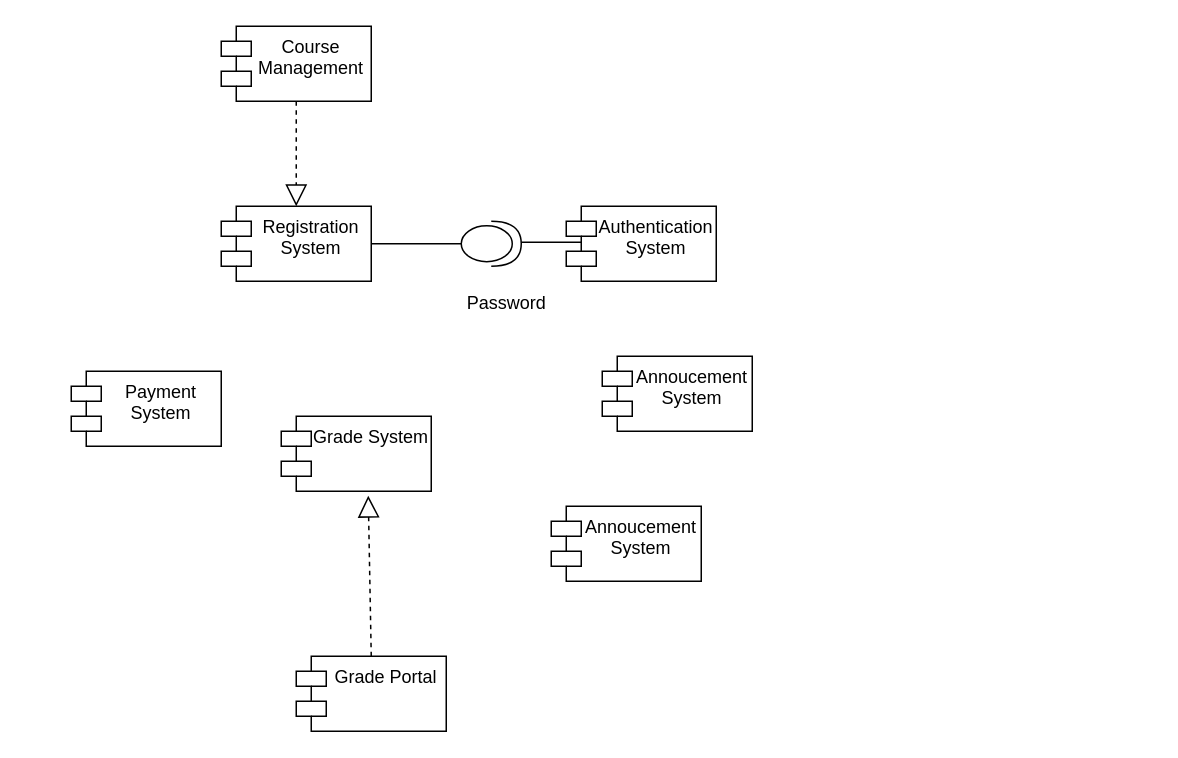
Earlier version of the draw.io diagram Untitled Diagram.drawio (TsiOnshime/diagrams). Source tidied: cells renumbered, new cells numbered last; positions are measured from the earlier drawing's top-left corner, leaving out a move shared by most shapes. Both pictures are drawn from the tidied source at 150%, with x=0, y=0 at pixel (70, 26).
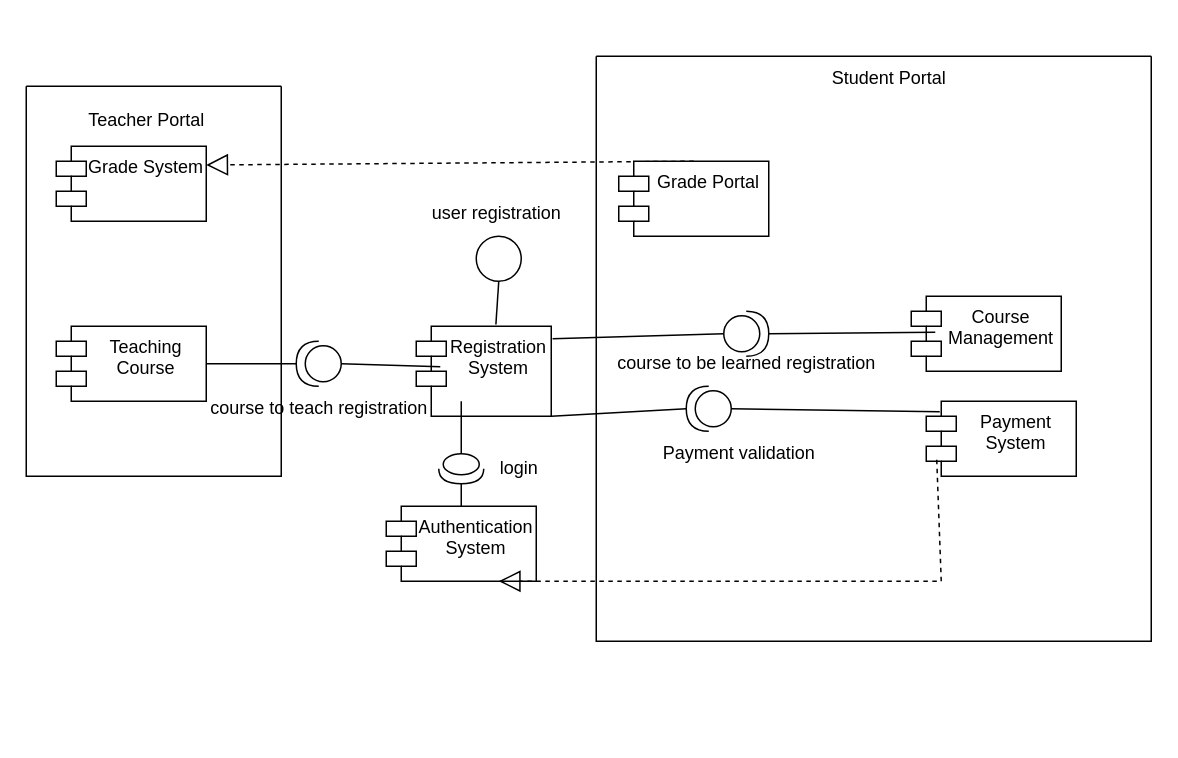
The same diagram, later.

Change to the diagram source:
```diff
@@
+    <mxCell id="13" style="endArrow=block;dashed=1;endFill=0;endSize=12;html=1;rounded=0;entryX=1;entryY=0.25;entryDx=0;entryDy=0;exitX=0.5;exitY=0;exitDx=0;exitDy=0;" parent="1" edge="1" source="8" target="6">
+      <mxGeometry relative="1" as="geometry" />
+    </mxCell>
+    <mxCell id="16" style="endArrow=none;html=1;rounded=0;entryX=1;entryY=1;entryDx=0;entryDy=0;exitX=1;exitY=0.5;exitDx=0;exitDy=0;exitPerimeter=0;" parent="1" edge="1" source="24" target="2">
+      <mxGeometry relative="1" as="geometry" />
+    </mxCell>
+    <mxCell id="17" style="ellipse;whiteSpace=wrap;html=1;" parent="1" vertex="1">
+      <mxGeometry x="270" y="140" width="30" height="30" as="geometry" />
+    </mxCell>
+    <mxCell id="18" style="endArrow=none;html=1;rounded=0;entryX=0.59;entryY=-0.02;entryDx=0;entryDy=0;entryPerimeter=0;exitX=0.5;exitY=1;exitDx=0;exitDy=0;" parent="1" edge="1" source="17" target="2">
+      <mxGeometry relative="1" as="geometry" />
+    </mxCell>
+    <mxCell id="19" value="user registration&amp;nbsp;" style="text;html=1;align=center;verticalAlign=middle;strokeColor=none;fillColor=none;" parent="1" vertex="1">
+      <mxGeometry x="230" y="110" width="110" height="30" as="geometry" />
+    </mxCell>
+    <mxCell id="20" style="swimlane;startSize=0;" parent="1" vertex="1">
+      <mxGeometry x="350" y="20" width="370" height="390" as="geometry" />
+    </mxCell>
+    <mxCell id="14" value="Course Management" style="shape=module;align=left;spacingLeft=20;align=center;verticalAlign=top;whiteSpace=wrap;html=1;" parent="20" vertex="1">
+      <mxGeometry x="210" y="160" width="100" height="50" as="geometry" />
+    </mxCell>
+    <mxCell id="21" style="shape=providedRequiredInterface;html=1;verticalLabelPosition=bottom;sketch=0;rotation=0;" parent="20" vertex="1">
+      <mxGeometry x="85" y="170" width="30" height="30" as="geometry" />
+    </mxCell>
+    <mxCell id="22" value="Student Portal" style="text;html=1;align=center;verticalAlign=middle;strokeColor=none;fillColor=none;" parent="20" vertex="1">
+      <mxGeometry x="145" width="100" height="30" as="geometry" />
+    </mxCell>
+    <mxCell id="23" value="course to be learned registration" style="text;html=1;align=center;verticalAlign=middle;strokeColor=none;fillColor=none;" parent="20" vertex="1">
+      <mxGeometry y="190" width="200" height="30" as="geometry" />
+    </mxCell>
+    <mxCell id="24" style="shape=providedRequiredInterface;html=1;verticalLabelPosition=bottom;sketch=0;rotation=-180;" parent="20" vertex="1">
+      <mxGeometry x="60" y="220" width="30" height="30" as="geometry" />
+    </mxCell>
+    <mxCell id="5" value="Payment System" style="shape=module;align=left;spacingLeft=20;align=center;verticalAlign=top;whiteSpace=wrap;html=1;" parent="20" vertex="1">
+      <mxGeometry x="220" y="230" width="100" height="50" as="geometry" />
+    </mxCell>
+    <mxCell id="25" value="Payment validation" style="text;html=1;align=center;verticalAlign=middle;strokeColor=none;fillColor=none;" parent="20" vertex="1">
+      <mxGeometry x="35" y="250" width="120" height="30" as="geometry" />
+    </mxCell>
+    <mxCell id="26" style="endArrow=none;html=1;rounded=0;entryX=0;entryY=0.5;entryDx=0;entryDy=0;entryPerimeter=0;exitX=0.09;exitY=0.14;exitDx=0;exitDy=0;exitPerimeter=0;" parent="20" edge="1" source="5" target="24">
+      <mxGeometry relative="1" as="geometry" />
+    </mxCell>
+    <mxCell id="8" value="Grade Portal" style="shape=module;align=left;spacingLeft=20;align=center;verticalAlign=top;whiteSpace=wrap;html=1;" parent="20" vertex="1">
+      <mxGeometry x="15" y="70" width="100" height="50" as="geometry" />
+    </mxCell>
+    <mxCell id="27" style="endArrow=none;html=1;rounded=0;entryX=0.16;entryY=0.48;entryDx=0;entryDy=0;entryPerimeter=0;exitX=1;exitY=0.5;exitDx=0;exitDy=0;exitPerimeter=0;" parent="20" edge="1" source="21" target="14">
+      <mxGeometry relative="1" as="geometry" />
+    </mxCell>
     <mxCell id="2" value="Registration&lt;div&gt;System&lt;/div&gt;" style="shape=module;align=left;spacingLeft=20;align=center;verticalAlign=top;whiteSpace=wrap;html=1;" parent="1" vertex="1">
-      <mxGeometry x="100" y="120" width="100" height="50" as="geometry" />
+      <mxGeometry x="230" y="200" width="90" height="60" as="geometry" />
     </mxCell>
+    <mxCell id="28" style="endArrow=none;html=1;rounded=0;entryX=0;entryY=0.5;entryDx=0;entryDy=0;entryPerimeter=0;exitX=1.01;exitY=0.14;exitDx=0;exitDy=0;exitPerimeter=0;" parent="1" edge="1" source="2" target="21">
+      <mxGeometry relative="1" as="geometry" />
+    </mxCell>
     <mxCell id="3" value="Authentication&lt;div&gt;System&lt;/div&gt;" style="shape=module;align=left;spacingLeft=20;align=center;verticalAlign=top;whiteSpace=wrap;html=1;" parent="1" vertex="1">
-      <mxGeometry x="330" y="120" width="100" height="50" as="geometry" />
+      <mxGeometry x="210" y="320" width="100" height="50" as="geometry" />
     </mxCell>
-    <mxCell id="4" value="Annoucement System" style="shape=module;align=left;spacingLeft=20;align=center;verticalAlign=top;whiteSpace=wrap;html=1;" parent="1" vertex="1">
-      <mxGeometry x="320" y="320" width="100" height="50" as="geometry" />
-    </mxCell>
-    <mxCell id="5" value="Payment System" style="shape=module;align=left;spacingLeft=20;align=center;verticalAlign=top;whiteSpace=wrap;html=1;" parent="1" vertex="1">
-      <mxGeometry y="230" width="100" height="50" as="geometry" />
-    </mxCell>
-    <mxCell id="6" value="Grade System" style="shape=module;align=left;spacingLeft=20;align=center;verticalAlign=top;whiteSpace=wrap;html=1;" parent="1" vertex="1">
-      <mxGeometry x="140" y="260" width="100" height="50" as="geometry" />
-    </mxCell>
-    <mxCell id="7" value="Annoucement System" style="shape=module;align=left;spacingLeft=20;align=center;verticalAlign=top;whiteSpace=wrap;html=1;" parent="1" vertex="1">
-      <mxGeometry x="354" y="220" width="100" height="50" as="geometry" />
-    </mxCell>
-    <mxCell id="8" value="Grade Portal" style="shape=module;align=left;spacingLeft=20;align=center;verticalAlign=top;whiteSpace=wrap;html=1;" parent="1" vertex="1">
-      <mxGeometry x="150" y="420" width="100" height="50" as="geometry" />
-    </mxCell>
+    <mxCell id="29" style="endArrow=block;dashed=1;endFill=0;endSize=12;html=1;rounded=0;entryX=0.75;entryY=1;entryDx=0;entryDy=0;exitX=0.07;exitY=0.78;exitDx=0;exitDy=0;exitPerimeter=0;" parent="1" edge="1" source="5" target="3">
+      <mxGeometry relative="1" as="geometry">
+        <Array as="points">
+          <mxPoint x="580" y="370" />
+        </Array>
+      </mxGeometry>
+    </mxCell>
-    <mxCell id="9" style="shape=providedRequiredInterface;html=1;verticalLabelPosition=bottom;sketch=0;" parent="1" vertex="1">
-      <mxGeometry x="260" y="130" width="40" height="30" as="geometry" />
+    <mxCell id="9" style="shape=providedRequiredInterface;html=1;verticalLabelPosition=bottom;sketch=0;rotation=90;" parent="1" vertex="1">
+      <mxGeometry x="250" y="280" width="20" height="30" as="geometry" />
     </mxCell>
-    <mxCell id="10" value="Password" style="text;html=1;align=center;verticalAlign=middle;strokeColor=none;fillColor=none;" parent="1" vertex="1">
-      <mxGeometry x="250" y="170" width="80" height="30" as="geometry" />
+    <mxCell id="10" value="login&amp;nbsp;" style="text;html=1;align=center;verticalAlign=middle;strokeColor=none;fillColor=none;" parent="1" vertex="1">
+      <mxGeometry x="275" y="280" width="50" height="30" as="geometry" />
     </mxCell>
-    <mxCell id="11" style="line;strokeWidth=1;fillColor=none;align=left;verticalAlign=middle;spacingTop=-1;spacingLeft=3;spacingRight=3;labelPosition=right;strokeColor=inherit;" parent="1" vertex="1">
-      <mxGeometry x="300" y="140" width="40" height="8" as="geometry" />
-    </mxCell>
-    <mxCell id="12" style="line;strokeWidth=1;fillColor=none;align=left;verticalAlign=middle;spacingTop=-1;spacingLeft=3;spacingRight=3;labelPosition=right;strokeColor=inherit;" parent="1" vertex="1">
-      <mxGeometry x="200" y="141" width="60" height="8" as="geometry" />
-    </mxCell>
-    <mxCell id="13" style="endArrow=block;dashed=1;endFill=0;endSize=12;html=1;rounded=0;entryX=0.58;entryY=1.06;entryDx=0;entryDy=0;entryPerimeter=0;exitX=0.5;exitY=0;exitDx=0;exitDy=0;" parent="1" edge="1" source="8" target="6">
-      <mxGeometry relative="1" as="geometry" />
-    </mxCell>
-    <mxCell id="14" value="Course Management" style="shape=module;align=left;spacingLeft=20;align=center;verticalAlign=top;whiteSpace=wrap;html=1;" parent="1" vertex="1">
-      <mxGeometry x="100" width="100" height="50" as="geometry" />
-    </mxCell>
-    <mxCell id="15" style="endArrow=block;dashed=1;endFill=0;endSize=12;html=1;rounded=0;entryX=0.5;entryY=0;entryDx=0;entryDy=0;exitX=0.5;exitY=1;exitDx=0;exitDy=0;" parent="1" edge="1" source="14" target="2">
-      <mxGeometry relative="1" as="geometry" />
-    </mxCell>
+    <mxCell id="30" style="endArrow=none;html=1;rounded=0;exitX=0.5;exitY=0;exitDx=0;exitDy=0;entryX=1;entryY=0.5;entryDx=0;entryDy=0;entryPerimeter=0;" parent="1" edge="1" source="3" target="9">
+      <mxGeometry relative="1" as="geometry" />
+    </mxCell>
+    <mxCell id="31" style="endArrow=none;html=1;rounded=0;exitX=0;exitY=0.5;exitDx=0;exitDy=0;exitPerimeter=0;" parent="1" edge="1" source="9">
+      <mxGeometry relative="1" as="geometry">
+        <mxPoint x="260" y="250" as="targetPoint" />
+      </mxGeometry>
+    </mxCell>
+    <mxCell id="32" style="swimlane;startSize=0;" parent="1" vertex="1">
+      <mxGeometry x="-30" y="40" width="170" height="260" as="geometry" />
+    </mxCell>
+    <mxCell id="6" value="Grade System" style="shape=module;align=left;spacingLeft=20;align=center;verticalAlign=top;whiteSpace=wrap;html=1;" parent="32" vertex="1">
+      <mxGeometry x="20" y="40" width="100" height="50" as="geometry" />
+    </mxCell>
+    <mxCell id="33" value="Teaching Course" style="shape=module;align=left;spacingLeft=20;align=center;verticalAlign=top;whiteSpace=wrap;html=1;" parent="32" vertex="1">
+      <mxGeometry x="20" y="160" width="100" height="50" as="geometry" />
+    </mxCell>
+    <mxCell id="34" value="Teacher Portal" style="text;html=1;align=center;verticalAlign=middle;strokeColor=none;fillColor=none;" parent="1" vertex="1">
+      <mxGeometry y="48" width="100" height="30" as="geometry" />
+    </mxCell>
+    <mxCell id="35" value="course to teach registration" style="text;html=1;align=center;verticalAlign=middle;strokeColor=none;fillColor=none;" parent="1" vertex="1">
+      <mxGeometry x="80" y="240" width="170" height="30" as="geometry" />
+    </mxCell>
+    <mxCell id="36" style="shape=providedRequiredInterface;html=1;verticalLabelPosition=bottom;sketch=0;rotation=-180;" parent="1" vertex="1">
+      <mxGeometry x="150" y="210" width="30" height="30" as="geometry" />
+    </mxCell>
+    <mxCell id="37" style="endArrow=none;html=1;rounded=0;entryX=1;entryY=0.5;entryDx=0;entryDy=0;entryPerimeter=0;exitX=1;exitY=0.5;exitDx=0;exitDy=0;" parent="1" edge="1" source="33" target="36">
+      <mxGeometry relative="1" as="geometry" />
+    </mxCell>
+    <mxCell id="38" style="endArrow=none;html=1;rounded=0;entryX=0.178;entryY=0.45;entryDx=0;entryDy=0;entryPerimeter=0;exitX=0;exitY=0.5;exitDx=0;exitDy=0;exitPerimeter=0;" parent="1" edge="1" source="36" target="2">
+      <mxGeometry relative="1" as="geometry" />
+    </mxCell>
```
